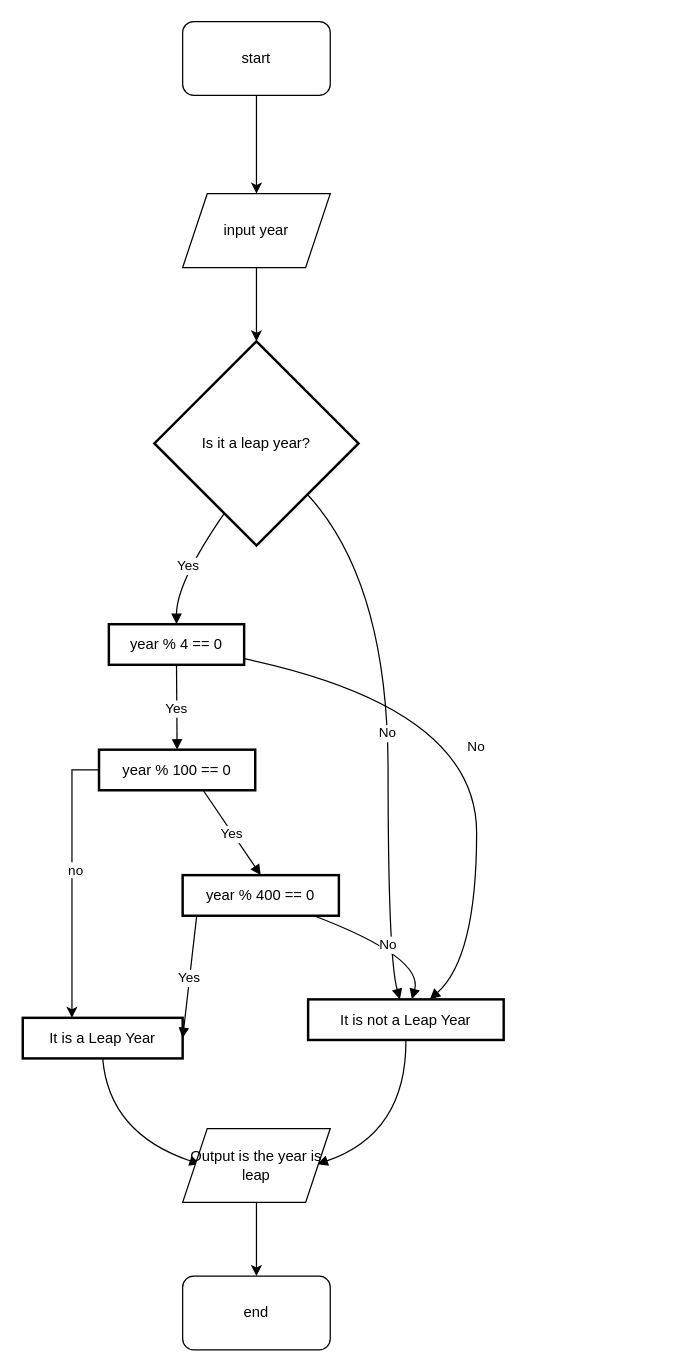
Before: week-1/flowcharts/findLeapYear.drawio in frontend-alex/flowchart-charts, a draw.io diagram. Source tidied: cells renumbered, new cells numbered last; positions are measured from the earlier drawing's top-left corner, leaving out a move shared by most shapes. Both pictures are drawn from the tidied source at 123%, with x=0, y=0 at pixel (22, 21).
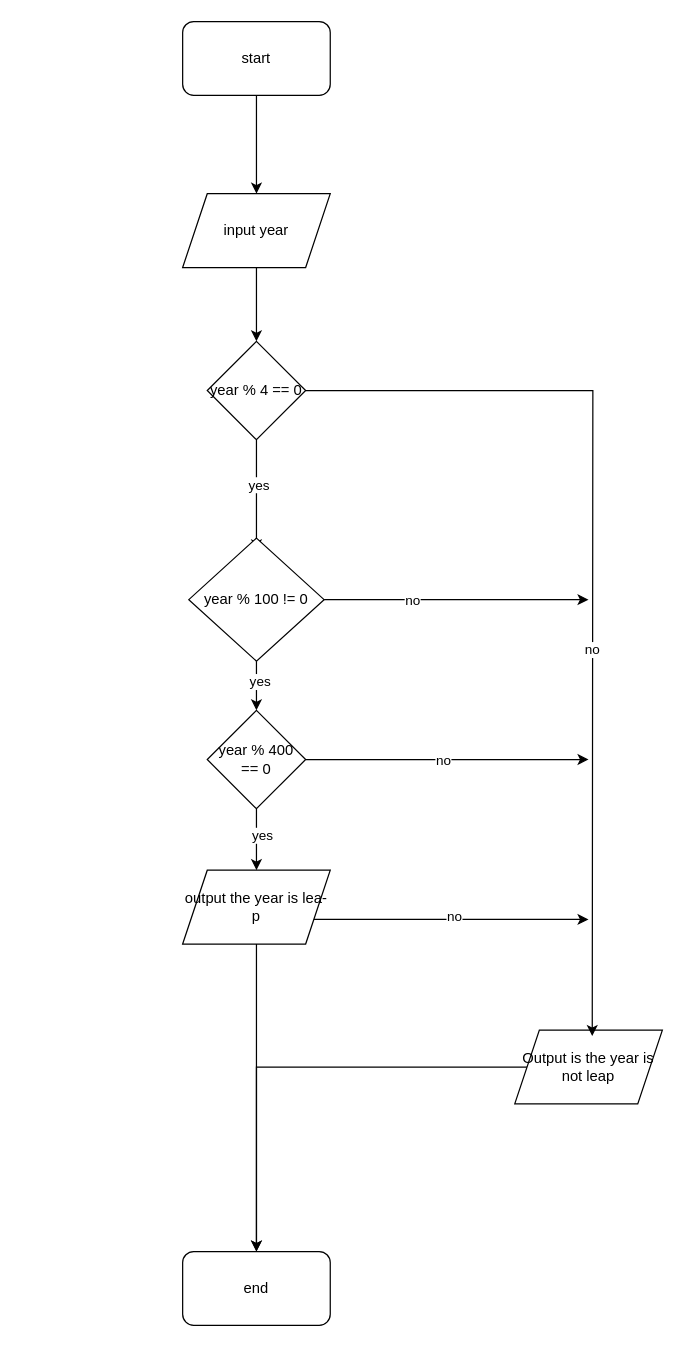
The same page after the edit.

The change refers to these unchanged cells:
```xml
<mxCell id="22" value="input year" style="shape=parallelogram;perimeter=parallelogramPerimeter;whiteSpace=wrap;html=1;fixedSize=1;" parent="1" vertex="1">
  <mxGeometry x="130" y="140" width="120" height="60" as="geometry" />
</mxCell>
```

Change to the diagram source:
```diff
@@
-    <mxCell id="2" value="Is it a leap year?" style="rhombus;strokeWidth=2;whiteSpace=wrap;" parent="1" vertex="1">
-      <mxGeometry x="107" y="260" width="166" height="166" as="geometry" />
-    </mxCell>
-    <mxCell id="3" value="year % 4 == 0" style="whiteSpace=wrap;strokeWidth=2;" parent="1" vertex="1">
-      <mxGeometry x="70" y="490" width="110" height="33" as="geometry" />
-    </mxCell>
-    <mxCell id="4" style="edgeStyle=orthogonalEdgeStyle;rounded=0;jettySize=auto;html=1;" parent="1" edge="1" source="6" target="8">
-      <mxGeometry relative="1" as="geometry">
-        <Array as="points">
-          <mxPoint x="40" y="609" />
-        </Array>
-      </mxGeometry>
-    </mxCell>
-    <mxCell id="5" value="no" style="edgeLabel;html=1;align=center;verticalAlign=middle;" parent="4" vertex="1">
-      <mxGeometry x="-0.08" y="2" relative="1" as="geometry" />
-    </mxCell>
-    <mxCell id="6" value="year % 100 == 0" style="whiteSpace=wrap;strokeWidth=2;" parent="1" vertex="1">
-      <mxGeometry x="62" y="592" width="127" height="33" as="geometry" />
-    </mxCell>
-    <mxCell id="7" value="year % 400 == 0" style="whiteSpace=wrap;strokeWidth=2;" parent="1" vertex="1">
-      <mxGeometry x="130" y="694" width="127" height="33" as="geometry" />
-    </mxCell>
-    <mxCell id="8" value="It is a Leap Year" style="whiteSpace=wrap;strokeWidth=2;" parent="1" vertex="1">
-      <mxGeometry y="810" width="130" height="33" as="geometry" />
-    </mxCell>
-    <mxCell id="9" value="It is not a Leap Year" style="whiteSpace=wrap;strokeWidth=2;" parent="1" vertex="1">
-      <mxGeometry x="232" y="795" width="159" height="33" as="geometry" />
-    </mxCell>
-    <mxCell id="10" value="No" style="curved=1;startArrow=none;endArrow=block;exitX=1;exitY=1;entryX=0.47;entryY=0.01;" parent="1" edge="1" source="2" target="9">
-      <mxGeometry relative="1" as="geometry">
-        <Array as="points">
-          <mxPoint x="297" y="456" />
-          <mxPoint x="297" y="761" />
-        </Array>
-      </mxGeometry>
-    </mxCell>
-    <mxCell id="11" value="Yes" style="curved=1;startArrow=none;endArrow=block;exitX=0.27;exitY=1;entryX=0.5;entryY=0;" parent="1" edge="1" source="2" target="3">
-      <mxGeometry relative="1" as="geometry">
-        <Array as="points">
-          <mxPoint x="125" y="456" />
-        </Array>
-      </mxGeometry>
-    </mxCell>
-    <mxCell id="12" value="Yes" style="curved=1;startArrow=none;endArrow=block;exitX=0.5;exitY=1.01;entryX=0.5;entryY=-0.01;" parent="1" edge="1" source="3" target="6">
-      <mxGeometry relative="1" as="geometry" />
-    </mxCell>
-    <mxCell id="13" value="Yes" style="startArrow=none;endArrow=block;exitX=0.67;exitY=1.01;entryX=0.5;entryY=-0.01;" parent="1" edge="1" source="6" target="7">
-      <mxGeometry relative="1" as="geometry" />
-    </mxCell>
-    <mxCell id="14" value="Yes" style="startArrow=none;endArrow=block;exitX=0.09;exitY=1;entryX=1;entryY=0.5;entryDx=0;entryDy=0;" parent="1" edge="1" source="7" target="8">
-      <mxGeometry relative="1" as="geometry" />
-    </mxCell>
-    <mxCell id="15" value="No" style="curved=1;startArrow=none;endArrow=block;exitX=0.84;exitY=1;entryX=0.53;entryY=0.01;" parent="1" edge="1" source="7" target="9">
-      <mxGeometry relative="1" as="geometry">
-        <Array as="points">
-          <mxPoint x="326" y="761" />
-        </Array>
-      </mxGeometry>
-    </mxCell>
-    <mxCell id="16" value="No" style="curved=1;startArrow=none;endArrow=block;exitX=1;exitY=0.85;entryX=0.62;entryY=0.01;" parent="1" edge="1" source="3" target="9">
-      <mxGeometry relative="1" as="geometry">
-        <Array as="points">
-          <mxPoint x="369" y="558" />
-          <mxPoint x="369" y="761" />
-        </Array>
-      </mxGeometry>
-    </mxCell>
-    <mxCell id="17" style="curved=1;startArrow=none;endArrow=block;exitX=0.5;exitY=1.02;entryX=0.15;entryY=-0.01;" parent="1" edge="1" source="8">
-      <mxGeometry relative="1" as="geometry">
-        <mxPoint x="144.1" y="929" as="targetPoint" />
-        <Array as="points">
-          <mxPoint x="70" y="904" />
-        </Array>
-      </mxGeometry>
-    </mxCell>
-    <mxCell id="18" style="curved=1;startArrow=none;endArrow=block;exitX=0.5;exitY=1.02;entryX=0.84;entryY=-0.01;" parent="1" edge="1" source="9">
-      <mxGeometry relative="1" as="geometry">
-        <mxPoint x="239.5" y="929" as="targetPoint" />
-        <Array as="points">
-          <mxPoint x="312" y="904" />
-        </Array>
-      </mxGeometry>
-    </mxCell>
@@
-    <mxCell id="21" style="edgeStyle=orthogonalEdgeStyle;rounded=0;jettySize=auto;html=1;entryX=0.5;entryY=0;entryDx=0;entryDy=0;" parent="1" edge="1" source="22" target="2">
-      <mxGeometry relative="1" as="geometry" />
+    <mxCell id="21" style="edgeStyle=orthogonalEdgeStyle;rounded=0;jettySize=auto;html=1;entryX=0.5;entryY=0;entryDx=0;entryDy=0;" parent="1" edge="1" source="22">
+      <mxGeometry relative="1" as="geometry">
+        <mxPoint x="190" y="260" as="targetPoint" />
+      </mxGeometry>
     </mxCell>
@@
-    <mxCell id="24" value="Output is the year is leap" style="shape=parallelogram;perimeter=parallelogramPerimeter;whiteSpace=wrap;html=1;fixedSize=1;" parent="1" vertex="1">
-      <mxGeometry x="130" y="900" width="120" height="60" as="geometry" />
+    <mxCell id="24" value="Output is the year is not leap" style="shape=parallelogram;perimeter=parallelogramPerimeter;whiteSpace=wrap;html=1;fixedSize=1;" parent="1" vertex="1">
+      <mxGeometry x="400" y="820" width="120" height="60" as="geometry" />
     </mxCell>
     <mxCell id="25" value="end" style="rounded=1;whiteSpace=wrap;html=1;" parent="1" vertex="1">
-      <mxGeometry x="130" y="1020" width="120" height="60" as="geometry" />
+      <mxGeometry x="130" y="1000" width="120" height="60" as="geometry" />
     </mxCell>
+    <mxCell id="26" style="edgeStyle=orthogonalEdgeStyle;rounded=0;jettySize=auto;html=1;entryX=0.5;entryY=0;entryDx=0;entryDy=0;" parent="1" edge="1" source="3">
+      <mxGeometry relative="1" as="geometry">
+        <mxPoint x="190" y="430" as="targetPoint" />
+      </mxGeometry>
+    </mxCell>
+    <mxCell id="27" value="yes" style="edgeLabel;html=1;align=center;verticalAlign=middle;" parent="26" vertex="1">
+      <mxGeometry x="-0.2" y="1" relative="1" as="geometry" />
+    </mxCell>
+    <mxCell id="28" style="edgeStyle=orthogonalEdgeStyle;rounded=0;jettySize=auto;html=1;entryX=1;entryY=0.75;entryDx=0;entryDy=0;" parent="1" edge="1" source="3">
+      <mxGeometry relative="1" as="geometry">
+        <mxPoint x="463" y="824.8" as="targetPoint" />
+      </mxGeometry>
+    </mxCell>
+    <mxCell id="29" value="no" style="edgeLabel;html=1;align=center;verticalAlign=middle;" parent="28" vertex="1">
+      <mxGeometry x="0.17" y="-1" relative="1" as="geometry" />
+    </mxCell>
+    <mxCell id="3" value="year % 4 == 0" style="rhombus;whiteSpace=wrap;html=1;" parent="1" vertex="1">
+      <mxGeometry x="150" y="260" width="80" height="80" as="geometry" />
+    </mxCell>
+    <mxCell id="30" style="edgeStyle=orthogonalEdgeStyle;rounded=0;jettySize=auto;html=1;entryX=0.5;entryY=0;entryDx=0;entryDy=0;" parent="1" edge="1" source="34" target="7">
+      <mxGeometry relative="1" as="geometry" />
+    </mxCell>
+    <mxCell id="31" value="yes" style="edgeLabel;html=1;align=center;verticalAlign=middle;" parent="30" vertex="1">
+      <mxGeometry x="-0.21" y="2" relative="1" as="geometry" />
+    </mxCell>
+    <mxCell id="32" style="edgeStyle=orthogonalEdgeStyle;rounded=0;jettySize=auto;html=1;" parent="1" edge="1" source="34">
+      <mxGeometry relative="1" as="geometry">
+        <mxPoint x="460" y="470" as="targetPoint" />
+      </mxGeometry>
+    </mxCell>
+    <mxCell id="33" value="no" style="edgeLabel;html=1;align=center;verticalAlign=middle;" parent="32" vertex="1">
+      <mxGeometry x="-0.34" relative="1" as="geometry" />
+    </mxCell>
+    <mxCell id="34" value="year % 100 != 0" style="rhombus;whiteSpace=wrap;html=1;" parent="1" vertex="1">
+      <mxGeometry x="135" y="420" width="110" height="100" as="geometry" />
+    </mxCell>
+    <mxCell id="35" style="edgeStyle=orthogonalEdgeStyle;rounded=0;jettySize=auto;html=1;" parent="1" edge="1" source="7">
+      <mxGeometry relative="1" as="geometry">
+        <mxPoint x="460" y="600" as="targetPoint" />
+      </mxGeometry>
+    </mxCell>
+    <mxCell id="36" value="no" style="edgeLabel;html=1;align=center;verticalAlign=middle;" parent="35" vertex="1">
+      <mxGeometry x="-0.04" relative="1" as="geometry" />
+    </mxCell>
+    <mxCell id="37" style="edgeStyle=orthogonalEdgeStyle;rounded=0;jettySize=auto;html=1;" parent="1" edge="1" source="7">
+      <mxGeometry relative="1" as="geometry">
+        <mxPoint x="190" y="690" as="targetPoint" />
+      </mxGeometry>
+    </mxCell>
+    <mxCell id="38" value="yes" style="edgeLabel;html=1;align=center;verticalAlign=middle;" parent="37" vertex="1">
+      <mxGeometry x="-0.17" y="4" relative="1" as="geometry" />
+    </mxCell>
+    <mxCell id="7" value="year % 400 == 0" style="rhombus;whiteSpace=wrap;html=1;" parent="1" vertex="1">
+      <mxGeometry x="150" y="560" width="80" height="80" as="geometry" />
+    </mxCell>
+    <mxCell id="39" style="edgeStyle=orthogonalEdgeStyle;rounded=0;orthogonalLoop=1;jettySize=auto;html=1;" parent="1" edge="1">
+      <mxGeometry relative="1" as="geometry">
+        <mxPoint x="230" y="730" as="sourcePoint" />
+        <mxPoint x="460" y="730" as="targetPoint" />
+      </mxGeometry>
+    </mxCell>
+    <mxCell id="40" value="no" style="edgeLabel;html=1;align=center;verticalAlign=middle;" parent="39" vertex="1">
+      <mxGeometry x="0.04" y="3" relative="1" as="geometry" />
+    </mxCell>
+    <mxCell id="41" style="edgeStyle=orthogonalEdgeStyle;rounded=0;jettySize=auto;html=1;" parent="1" edge="1" source="42" target="25">
+      <mxGeometry relative="1" as="geometry" />
+    </mxCell>
+    <mxCell id="42" value="output the year is lea-p" style="shape=parallelogram;perimeter=parallelogramPerimeter;whiteSpace=wrap;html=1;fixedSize=1;" parent="1" vertex="1">
+      <mxGeometry x="130" y="690" width="120" height="60" as="geometry" />
+    </mxCell>
```
